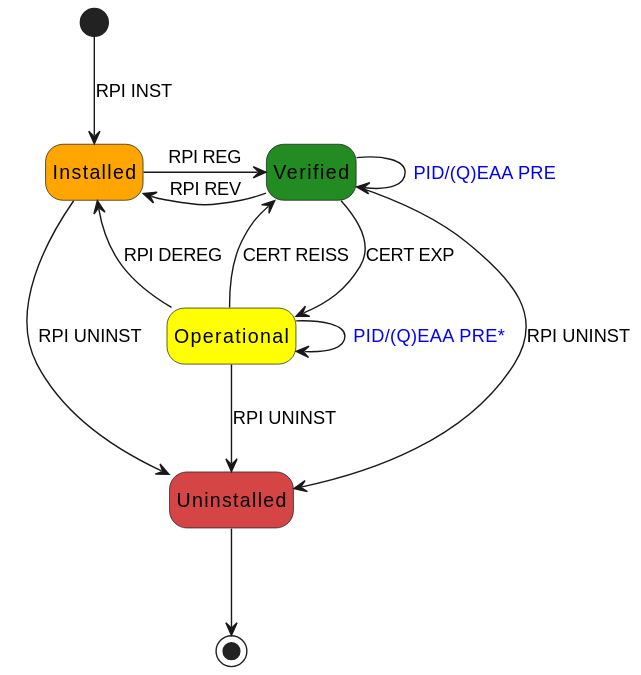
The PlantUML diagram images/RelyingParty_Instance_Mobile_Lifecycle.svg in italia/eid-wallet-it-docs, before a commit.
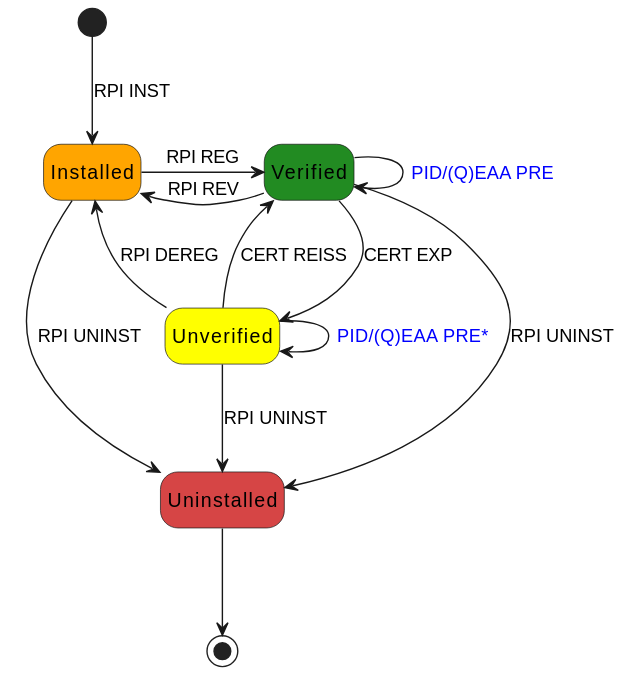
After the change.

Commit message:
fix: "Operational" state renamed to "Unverified"

What changed in the source:
```diff
@@ -3,7 +3,7 @@
 
 state Installed #FFA500
 state "Verified" as Ready #228B22
-state Operational #ffff00
+state Unverified #ffff00
 state Uninstalled #D64545
 
 [*] -down-> Installed: RPI INST
@@ -12,10 +12,10 @@
 Ready -down-> Uninstalled: RPI UNINST
 Ready -left-> Installed: RPI REV
 Ready -> Ready: <color:blue>PID/(Q)EAA PRE</color>
-Ready -down-> Operational: CERT EXP
-Operational -down-> Uninstalled: RPI UNINST
-Operational -up-> Ready: CERT REISS
-Operational -> Operational: <color:blue>PID/(Q)EAA PRE*</color>
-Operational -left-> Installed: RPI DEREG
+Ready -down-> Unverified: CERT EXP
+Unverified -down-> Uninstalled: RPI UNINST
+Unverified -up-> Ready: CERT REISS
+Unverified -> Unverified: <color:blue>PID/(Q)EAA PRE*</color>
+Unverified -left-> Installed: RPI DEREG
 Uninstalled --> [*]: <size:12></size>
 @enduml
```
